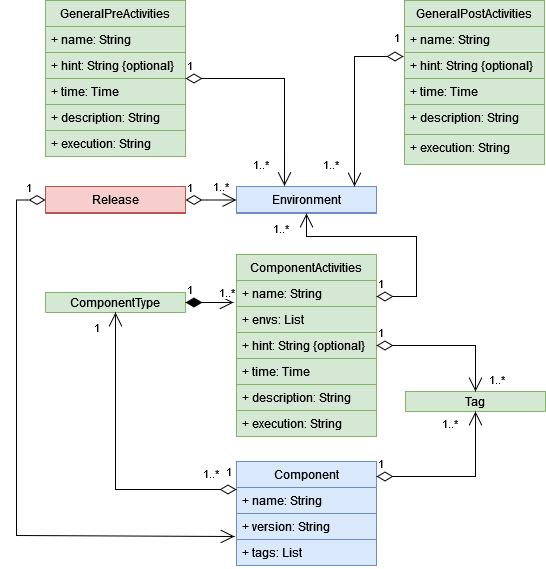
jorgekue/delivery-master keeps this draw.io diagram as model.png. Above is the earlier version. Source tidied: cells renumbered, new cells last; positions are measured from the earlier drawing's top-left corner, leaving out a move shared by most shapes.
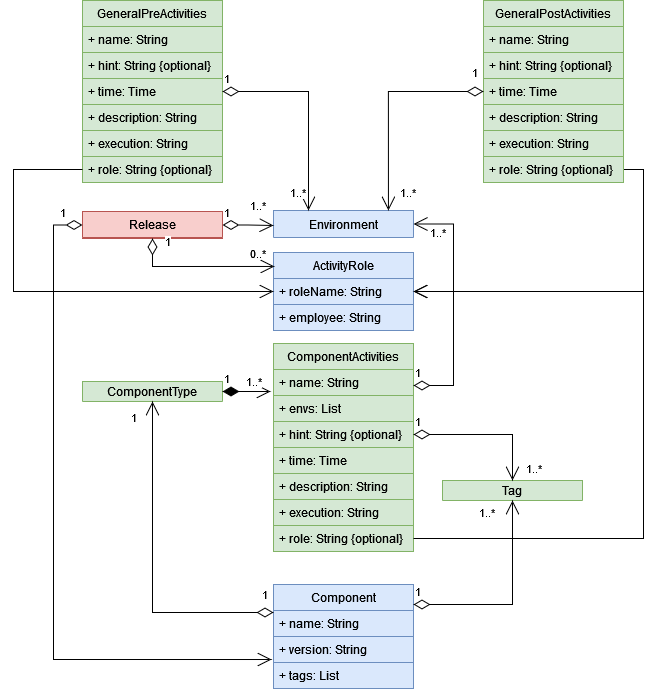
Above is the later version.

Change to the diagram source:
```diff
@@ -3,7 +3,7 @@
     <mxCell id="0" />
     <mxCell id="1" parent="0" />
     <mxCell id="2" value="GeneralPreActivities" style="swimlane;fontStyle=0;horizontal=1;startSize=26;fillColor=#d5e8d4;strokeColor=#82b366;" parent="1" vertex="1">
-      <mxGeometry x="29" width="140" height="156" as="geometry" />
+      <mxGeometry x="69" width="140" height="182" as="geometry" />
     </mxCell>
     <mxCell id="3" value="+ name: String" style="text;strokeColor=#82b366;fillColor=#d5e8d4;align=left;verticalAlign=top;spacingLeft=4;spacingRight=4;overflow=hidden;" parent="2" vertex="1">
       <mxGeometry y="26" width="140" height="26" as="geometry" />
@@ -20,8 +20,14 @@
     <mxCell id="7" value="+ execution: String" style="text;strokeColor=#82b366;fillColor=#d5e8d4;align=left;verticalAlign=top;spacingLeft=4;spacingRight=4;overflow=hidden;" parent="2" vertex="1">
       <mxGeometry y="130" width="140" height="26" as="geometry" />
     </mxCell>
+    <mxCell id="47" value="+ role: String {optional}" style="text;strokeColor=#82b366;fillColor=#d5e8d4;align=left;verticalAlign=top;spacingLeft=4;spacingRight=4;overflow=hidden;points=[[0,0.5],[1,0.5]];portConstraint=eastwest;" parent="2" vertex="1">
+      <mxGeometry y="156" width="140" height="26" as="geometry" />
+    </mxCell>
+    <mxCell id="48" style="edgeStyle=orthogonalEdgeStyle;rounded=0;jettySize=auto;html=1;exitX=1;exitY=0.5;exitDx=0;exitDy=0;endArrow=open;endFill=0;endSize=12;" parent="1" edge="1" source="49" target="52">
+      <mxGeometry relative="1" as="geometry" />
+    </mxCell>
     <mxCell id="8" value="GeneralPostActivities" style="swimlane;fontStyle=0;horizontal=1;startSize=26;fillColor=#d5e8d4;strokeColor=#82b366;" parent="1" vertex="1">
-      <mxGeometry x="388" width="140" height="164" as="geometry" />
+      <mxGeometry x="470" width="140" height="182" as="geometry" />
     </mxCell>
     <mxCell id="9" value="+ name: String" style="text;strokeColor=#82b366;fillColor=#d5e8d4;align=left;verticalAlign=top;spacingLeft=4;spacingRight=4;overflow=hidden;points=[[0,0.5],[1,0.5]];portConstraint=eastwest;" parent="8" vertex="1">
       <mxGeometry y="26" width="140" height="26" as="geometry" />
@@ -33,16 +39,19 @@
       <mxGeometry y="78" width="140" height="26" as="geometry" />
     </mxCell>
     <mxCell id="12" value="+ description: String" style="text;strokeColor=#82b366;fillColor=#d5e8d4;align=left;verticalAlign=top;spacingLeft=4;spacingRight=4;overflow=hidden;" parent="8" vertex="1">
-      <mxGeometry y="104" width="140" height="30" as="geometry" />
+      <mxGeometry y="104" width="140" height="26" as="geometry" />
     </mxCell>
     <mxCell id="13" value="+ execution: String" style="text;strokeColor=#82b366;fillColor=#d5e8d4;align=left;verticalAlign=top;spacingLeft=4;spacingRight=4;overflow=hidden;" parent="8" vertex="1">
-      <mxGeometry y="134" width="140" height="30" as="geometry" />
+      <mxGeometry y="130" width="140" height="26" as="geometry" />
     </mxCell>
+    <mxCell id="49" value="+ role: String {optional}" style="text;strokeColor=#82b366;fillColor=#d5e8d4;align=left;verticalAlign=top;spacingLeft=4;spacingRight=4;overflow=hidden;points=[[0,0.5],[1,0.5]];portConstraint=eastwest;" parent="8" vertex="1">
+      <mxGeometry y="156" width="140" height="26" as="geometry" />
+    </mxCell>
-    <mxCell id="14" value="Environment" style="swimlane;fontStyle=0;horizontal=1;startSize=26;fillColor=#dae8fc;strokeColor=#6c8ebf;" parent="1" vertex="1">
-      <mxGeometry x="220" y="186" width="140" height="27" as="geometry" />
+    <mxCell id="14" value="Environment" style="swimlane;fontStyle=0;horizontal=1;startSize=27;fillColor=#dae8fc;strokeColor=#6c8ebf;" parent="1" vertex="1">
+      <mxGeometry x="260" y="210" width="140" height="27" as="geometry" />
     </mxCell>
     <mxCell id="15" value="Component" style="swimlane;fontStyle=0;horizontal=1;startSize=26;fillColor=#dae8fc;strokeColor=#6c8ebf;" parent="1" vertex="1">
-      <mxGeometry x="220" y="461" width="140" height="104" as="geometry" />
+      <mxGeometry x="260" y="584" width="140" height="104" as="geometry" />
     </mxCell>
     <mxCell id="16" value="+ name: String" style="text;strokeColor=#6c8ebf;fillColor=#dae8fc;align=left;verticalAlign=top;spacingLeft=4;spacingRight=4;overflow=hidden;points=[[0,0.5],[1,0.5]];portConstraint=eastwest;" parent="15" vertex="1">
       <mxGeometry y="26" width="140" height="26" as="geometry" />
@@ -54,10 +63,10 @@
       <mxGeometry y="78" width="140" height="26" as="geometry" />
     </mxCell>
     <mxCell id="19" value="ComponentType" style="swimlane;fontStyle=0;horizontal=1;startSize=26;fillColor=#d5e8d4;strokeColor=#82b366;" parent="1" vertex="1">
-      <mxGeometry x="29" y="292" width="140" height="20" as="geometry" />
+      <mxGeometry x="69" y="381" width="140" height="20" as="geometry" />
     </mxCell>
     <mxCell id="20" value="ComponentActivities" style="swimlane;fontStyle=0;horizontal=1;startSize=26;fillColor=#d5e8d4;strokeColor=#82b366;" parent="1" vertex="1">
-      <mxGeometry x="220" y="254" width="140" height="182" as="geometry" />
+      <mxGeometry x="260" y="343" width="140" height="208" as="geometry" />
     </mxCell>
     <mxCell id="21" value="+ name: String" style="text;strokeColor=#82b366;fillColor=#d5e8d4;align=left;verticalAlign=top;spacingLeft=4;spacingRight=4;overflow=hidden;points=[[0,0.5],[1,0.5]];portConstraint=eastwest;" parent="20" vertex="1">
       <mxGeometry y="26" width="140" height="26" as="geometry" />
@@ -77,20 +86,25 @@
     <mxCell id="26" value="+ execution: String" style="text;strokeColor=#82b366;fillColor=#d5e8d4;align=left;verticalAlign=top;spacingLeft=4;spacingRight=4;overflow=hidden;" parent="20" vertex="1">
       <mxGeometry y="156" width="140" height="26" as="geometry" />
     </mxCell>
+    <mxCell id="50" value="+ role: String {optional}" style="text;strokeColor=#82b366;fillColor=#d5e8d4;align=left;verticalAlign=top;spacingLeft=4;spacingRight=4;overflow=hidden;points=[[0,0.5],[1,0.5]];portConstraint=eastwest;" parent="20" vertex="1">
+      <mxGeometry y="182" width="140" height="26" as="geometry" />
+    </mxCell>
     <mxCell id="27" value="Tag" style="swimlane;fontStyle=0;horizontal=1;startSize=26;fillColor=#d5e8d4;strokeColor=#82b366;" parent="1" vertex="1">
-      <mxGeometry x="389" y="391" width="140" height="20" as="geometry" />
+      <mxGeometry x="429" y="480" width="140" height="20" as="geometry" />
     </mxCell>
     <mxCell id="28" value="1" style="endArrow=open;html=1;endSize=12;startArrow=diamondThin;startSize=14;startFill=1;edgeStyle=orthogonalEdgeStyle;align=left;verticalAlign=bottom;rounded=0;exitX=1;exitY=0.5;exitDx=0;exitDy=0;entryX=-0.021;entryY=0.846;entryDx=0;entryDy=0;entryPerimeter=0;" parent="1" edge="1" source="19" target="21">
       <mxGeometry x="-1" y="3" relative="1" as="geometry" />
     </mxCell>
     <mxCell id="29" value="1..*" style="edgeLabel;html=1;align=center;verticalAlign=middle;" parent="28" vertex="1">
       <mxGeometry x="0.72" y="1" relative="1" as="geometry">
-        <mxPoint y="-9" as="offset" />
+        <mxPoint x="-10" y="-9" as="offset" />
       </mxGeometry>
     </mxCell>
-    <mxCell id="30" value="1" style="endArrow=open;html=1;endSize=12;startArrow=diamondThin;startSize=14;startFill=0;edgeStyle=orthogonalEdgeStyle;align=left;verticalAlign=bottom;rounded=0;entryX=0.5;entryY=1;entryDx=0;entryDy=0;" parent="1" edge="1" target="27">
+    <mxCell id="30" value="1" style="endArrow=open;html=1;endSize=12;startArrow=diamondThin;startSize=14;startFill=0;edgeStyle=orthogonalEdgeStyle;align=left;verticalAlign=bottom;rounded=0;entryX=0.5;entryY=1;entryDx=0;entryDy=0;" parent="1" edge="1" source="15" target="27">
       <mxGeometry x="-1" y="3" relative="1" as="geometry">
-        <mxPoint x="360" y="476" as="sourcePoint" />
+        <Array as="points">
+          <mxPoint x="499" y="604" />
+        </Array>
       </mxGeometry>
     </mxCell>
     <mxCell id="31" value="1" style="endArrow=open;html=1;endSize=12;startArrow=diamondThin;startSize=14;startFill=0;edgeStyle=orthogonalEdgeStyle;align=left;verticalAlign=bottom;rounded=0;entryX=0.5;entryY=0;entryDx=0;entryDy=0;exitX=1;exitY=0.5;exitDx=0;exitDy=0;" parent="1" edge="1" source="23" target="27">
@@ -102,21 +116,20 @@
       </mxGeometry>
     </mxCell>
     <mxCell id="33" value="1..*" style="edgeLabel;html=1;align=center;verticalAlign=middle;" parent="1" vertex="1">
-      <mxGeometry x="459" y="351" as="geometry">
+      <mxGeometry x="499" y="440" as="geometry">
         <mxPoint x="-27" y="71" as="offset" />
       </mxGeometry>
     </mxCell>
-    <mxCell id="34" value="1" style="endArrow=open;html=1;endSize=12;startArrow=diamondThin;startSize=14;startFill=0;edgeStyle=orthogonalEdgeStyle;align=left;verticalAlign=bottom;rounded=0;entryX=0.5;entryY=1;entryDx=0;entryDy=0;" parent="1" edge="1" target="14">
+    <mxCell id="34" value="1" style="endArrow=open;html=1;endSize=12;startArrow=diamondThin;startSize=14;startFill=0;edgeStyle=orthogonalEdgeStyle;align=left;verticalAlign=bottom;rounded=0;entryX=1;entryY=0.5;entryDx=0;entryDy=0;" parent="1" edge="1" target="14">
       <mxGeometry x="-1" y="3" relative="1" as="geometry">
-        <mxPoint x="360" y="296" as="sourcePoint" />
+        <mxPoint x="400" y="385" as="sourcePoint" />
         <Array as="points">
-          <mxPoint x="400" y="296" />
-          <mxPoint x="400" y="236" />
-          <mxPoint x="290" y="236" />
+          <mxPoint x="440" y="385" />
+          <mxPoint x="440" y="224" />
         </Array>
       </mxGeometry>
     </mxCell>
-    <mxCell id="35" value="1" style="endArrow=open;html=1;endSize=12;startArrow=diamondThin;startSize=14;startFill=0;edgeStyle=orthogonalEdgeStyle;align=left;verticalAlign=bottom;rounded=0;exitX=1;exitY=0.5;exitDx=0;exitDy=0;entryX=0.343;entryY=-0.019;entryDx=0;entryDy=0;entryPerimeter=0;" parent="1" edge="1" source="2" target="14">
+    <mxCell id="35" value="1" style="endArrow=open;html=1;endSize=12;startArrow=diamondThin;startSize=14;startFill=0;edgeStyle=orthogonalEdgeStyle;align=left;verticalAlign=bottom;rounded=0;exitX=1;exitY=0.5;exitDx=0;exitDy=0;entryX=0.25;entryY=0;entryDx=0;entryDy=0;" parent="1" edge="1" source="2" target="14">
       <mxGeometry x="-1" y="3" relative="1" as="geometry" />
     </mxCell>
     <mxCell id="36" value="1" style="endArrow=open;html=1;endSize=12;startArrow=diamondThin;startSize=14;startFill=0;edgeStyle=orthogonalEdgeStyle;align=left;verticalAlign=bottom;rounded=0;exitX=0;exitY=0.077;exitDx=0;exitDy=0;exitPerimeter=0;entryX=0.5;entryY=1;entryDx=0;entryDy=0;" parent="1" edge="1" source="16" target="19">
@@ -128,46 +141,76 @@
       </mxGeometry>
     </mxCell>
     <mxCell id="38" value="1..*" style="edgeLabel;html=1;align=center;verticalAlign=middle;" parent="1" vertex="1">
-      <mxGeometry x="230" y="302" as="geometry">
+      <mxGeometry x="270" y="330" as="geometry">
         <mxPoint x="14" y="-138" as="offset" />
       </mxGeometry>
     </mxCell>
     <mxCell id="39" value="1..*" style="edgeLabel;html=1;align=center;verticalAlign=middle;" parent="1" vertex="1">
-      <mxGeometry x="250" y="366" as="geometry">
+      <mxGeometry x="380" y="330" as="geometry">
         <mxPoint x="14" y="-138" as="offset" />
       </mxGeometry>
     </mxCell>
-    <mxCell id="40" value="1..*" style="edgeLabel;html=1;align=center;verticalAlign=middle;" parent="1" vertex="1">
-      <mxGeometry x="300" y="302" as="geometry">
+    <mxCell id="40" value="0..*" style="edgeLabel;html=1;align=center;verticalAlign=middle;" parent="1" vertex="1">
+      <mxGeometry x="230" y="391" as="geometry">
         <mxPoint x="14" y="-138" as="offset" />
       </mxGeometry>
     </mxCell>
-    <mxCell id="41" value="1" style="endArrow=open;html=1;endSize=12;startArrow=diamondThin;startSize=14;startFill=0;edgeStyle=orthogonalEdgeStyle;align=left;verticalAlign=bottom;rounded=0;exitX=-0.007;exitY=1.154;exitDx=0;exitDy=0;entryX=0.843;entryY=0;entryDx=0;entryDy=0;entryPerimeter=0;exitPerimeter=0;" parent="1" edge="1" source="9" target="14">
+    <mxCell id="41" value="1" style="endArrow=open;html=1;endSize=12;startArrow=diamondThin;startSize=14;startFill=0;edgeStyle=orthogonalEdgeStyle;align=left;verticalAlign=bottom;rounded=0;exitX=0;exitY=0.5;exitDx=0;exitDy=0;entryX=0.821;entryY=0;entryDx=0;entryDy=0;entryPerimeter=0;" parent="1" edge="1" source="11" target="14">
       <mxGeometry x="-0.88" y="-9" relative="1" as="geometry" />
     </mxCell>
     <mxCell id="42" value="Release" style="swimlane;fontStyle=0;horizontal=1;startSize=26;fillColor=#f8cecc;strokeColor=#b85450;" parent="1" vertex="1">
-      <mxGeometry x="29" y="186" width="140" height="27" as="geometry" />
+      <mxGeometry x="69" y="211" width="140" height="27" as="geometry" />
     </mxCell>
-    <mxCell id="43" value="1" style="endArrow=open;html=1;endSize=12;startArrow=diamondThin;startSize=14;startFill=0;edgeStyle=orthogonalEdgeStyle;align=left;verticalAlign=bottom;rounded=0;entryX=0;entryY=0.5;entryDx=0;entryDy=0;exitX=1;exitY=0.5;exitDx=0;exitDy=0;" parent="1" edge="1" source="42" target="14">
-      <mxGeometry x="-1" y="3" relative="1" as="geometry" />
+    <mxCell id="43" value="1" style="endArrow=open;html=1;endSize=12;startArrow=diamondThin;startSize=14;startFill=0;edgeStyle=orthogonalEdgeStyle;align=left;verticalAlign=bottom;rounded=0;" parent="1" edge="1" source="42">
+      <mxGeometry x="-1" y="3" relative="1" as="geometry">
+        <mxPoint x="260" y="225" as="targetPoint" />
+      </mxGeometry>
     </mxCell>
     <mxCell id="44" value="1" style="endArrow=open;html=1;endSize=12;startArrow=diamondThin;startSize=14;startFill=0;edgeStyle=orthogonalEdgeStyle;align=left;verticalAlign=bottom;rounded=0;exitX=0;exitY=0.5;exitDx=0;exitDy=0;entryX=-0.014;entryY=0.885;entryDx=0;entryDy=0;entryPerimeter=0;" parent="1" edge="1" source="42" target="17">
       <mxGeometry x="-0.93" y="-3" relative="1" as="geometry">
         <Array as="points">
-          <mxPoint y="200" />
-          <mxPoint y="535" />
+          <mxPoint x="40" y="224" />
+          <mxPoint x="40" y="659" />
         </Array>
       </mxGeometry>
     </mxCell>
     <mxCell id="45" value="1..*" style="edgeLabel;html=1;align=center;verticalAlign=middle;" parent="1" vertex="1">
-      <mxGeometry x="190" y="324" as="geometry">
+      <mxGeometry x="230" y="343" as="geometry">
         <mxPoint x="14" y="-138" as="offset" />
       </mxGeometry>
     </mxCell>
+    <mxCell id="51" value="ActivityRole" style="swimlane;fontStyle=0;horizontal=1;startSize=26;fillColor=#dae8fc;strokeColor=#6c8ebf;" parent="1" vertex="1">
+      <mxGeometry x="260" y="252" width="140" height="78" as="geometry" />
+    </mxCell>
+    <mxCell id="52" value="+ roleName: String" style="text;strokeColor=#6c8ebf;fillColor=#dae8fc;align=left;verticalAlign=top;spacingLeft=4;spacingRight=4;overflow=hidden;points=[[0,0.5],[1,0.5]];portConstraint=eastwest;" parent="51" vertex="1">
+      <mxGeometry y="26" width="140" height="26" as="geometry" />
+    </mxCell>
+    <mxCell id="53" value="+ employee: String" style="text;strokeColor=#6c8ebf;fillColor=#dae8fc;align=left;verticalAlign=top;spacingLeft=4;spacingRight=4;overflow=hidden;" parent="51" vertex="1">
+      <mxGeometry y="52" width="140" height="26" as="geometry" />
+    </mxCell>
+    <mxCell id="54" value="1" style="endArrow=open;html=1;endSize=12;startArrow=diamondThin;startSize=14;startFill=0;edgeStyle=orthogonalEdgeStyle;align=left;verticalAlign=bottom;rounded=0;exitX=0.5;exitY=1;exitDx=0;exitDy=0;entryX=0.007;entryY=0.179;entryDx=0;entryDy=0;entryPerimeter=0;" parent="1" edge="1" source="42" target="51">
+      <mxGeometry x="-0.83" y="11" relative="1" as="geometry" />
+    </mxCell>
     <mxCell id="46" value="1..*" style="edgeLabel;html=1;align=center;verticalAlign=middle;" parent="1" vertex="1">
-      <mxGeometry x="220" y="401" as="geometry">
-        <mxPoint x="-27" y="71" as="offset" />
+      <mxGeometry x="410" y="370" as="geometry">
+        <mxPoint x="14" y="-138" as="offset" />
       </mxGeometry>
     </mxCell>
+    <mxCell id="55" style="edgeStyle=orthogonalEdgeStyle;rounded=0;jettySize=auto;html=1;exitX=0;exitY=0.5;exitDx=0;exitDy=0;endArrow=open;endFill=0;endSize=12;entryX=0;entryY=0.5;entryDx=0;entryDy=0;" parent="1" edge="1" source="47" target="51">
+      <mxGeometry relative="1" as="geometry">
+        <Array as="points">
+          <mxPoint y="169" />
+          <mxPoint y="291" />
+        </Array>
+      </mxGeometry>
+    </mxCell>
+    <mxCell id="56" style="edgeStyle=orthogonalEdgeStyle;rounded=0;jettySize=auto;html=1;exitX=1;exitY=0.5;exitDx=0;exitDy=0;endArrow=open;endFill=0;endSize=12;entryX=1;entryY=0.5;entryDx=0;entryDy=0;" parent="1" edge="1" source="50" target="51">
+      <mxGeometry relative="1" as="geometry">
+        <Array as="points">
+          <mxPoint x="630" y="538" />
+          <mxPoint x="630" y="291" />
+        </Array>
+      </mxGeometry>
+    </mxCell>
   </root>
 </mxGraphModel>
```
